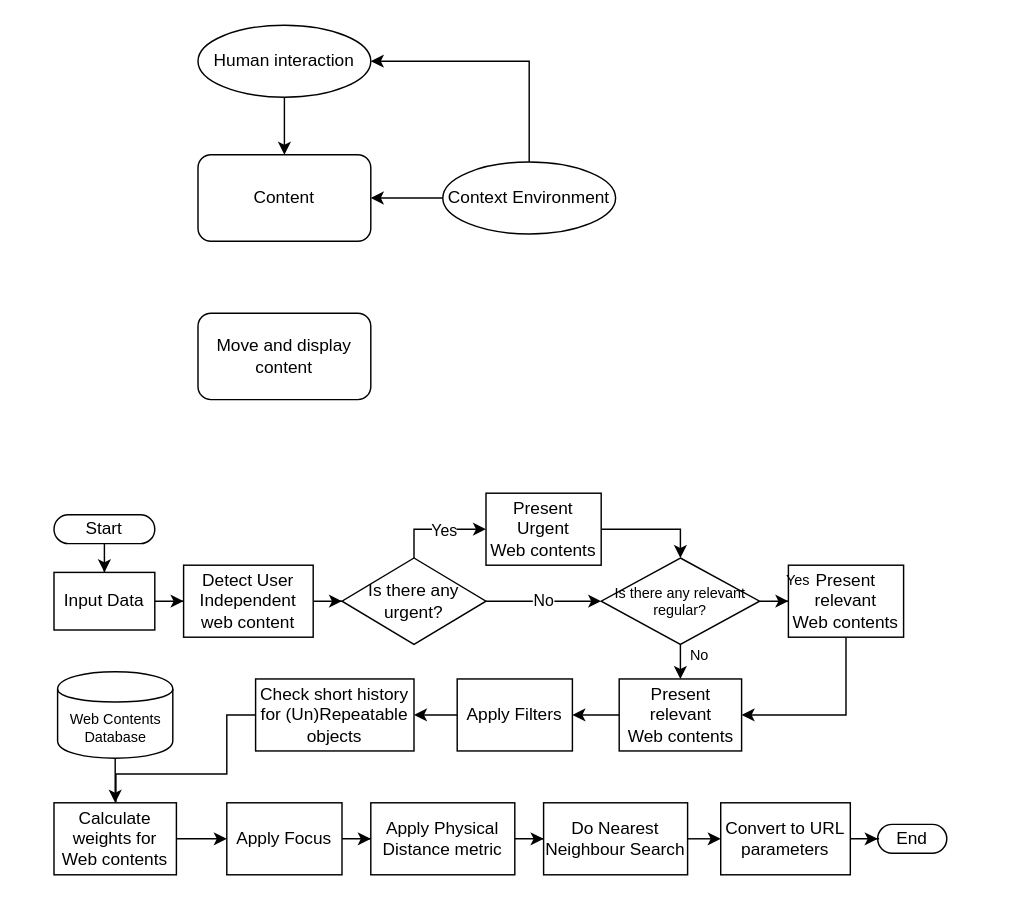
Above: interactionmodel.drawio in kitylam9/Survey-on-Intelligent-user-interface-for-AugmentedReality (draw.io), before the change. Source tidied: cells renumbered, new cells numbered last; positions are measured from the earlier drawing's top-left corner, leaving out a move shared by most shapes. Both pictures are drawn from the tidied source at 144%, with x=0, y=0 at pixel (53, 24).
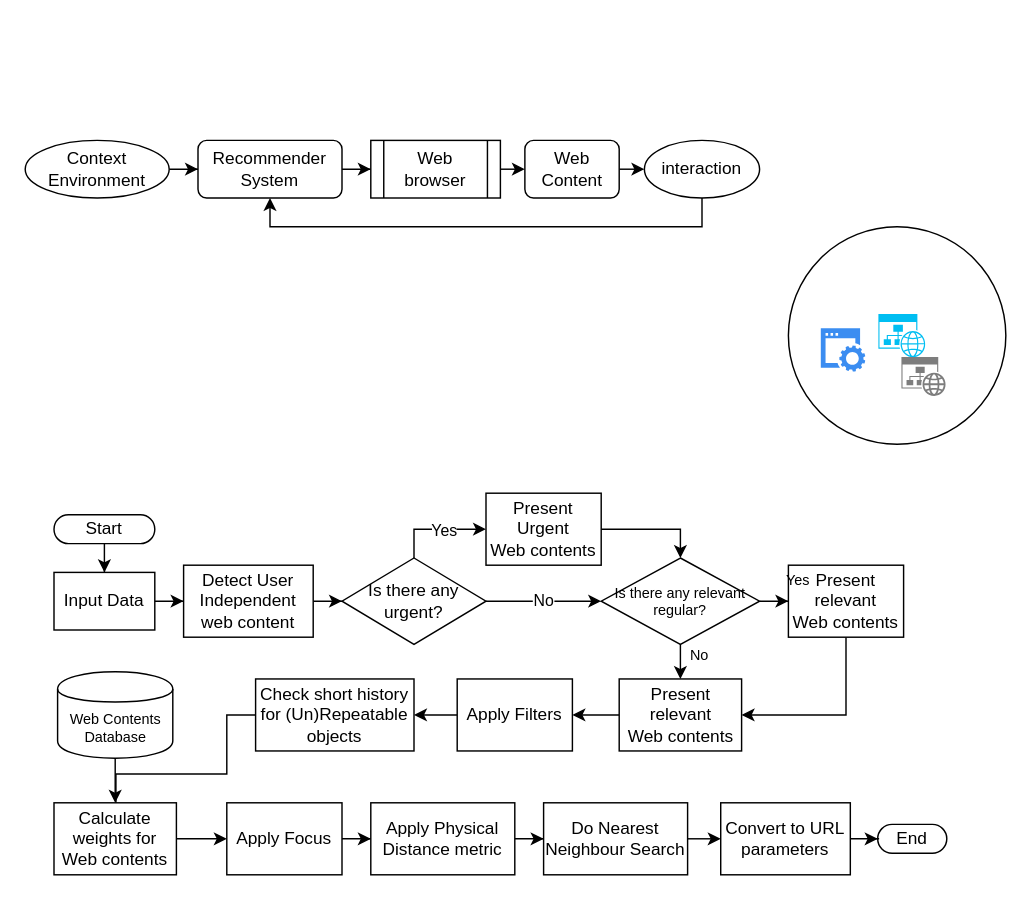
The same diagram, later.

What changed in the source:
```diff
@@
-    <mxCell id="2" style="edgeStyle=orthogonalEdgeStyle;rounded=0;jettySize=auto;html=1;" parent="1" edge="1" source="3" target="7">
-      <mxGeometry relative="1" as="geometry" />
-    </mxCell>
+    <mxCell id="47" style="ellipse;whiteSpace=wrap;html=1;" parent="1" vertex="1">
+      <mxGeometry x="510" y="140" width="151" height="151" as="geometry" />
+    </mxCell>
+    <mxCell id="48" style="edgeStyle=orthogonalEdgeStyle;rounded=0;jettySize=auto;html=1;exitX=0.5;exitY=1;exitDx=0;exitDy=0;entryX=0.5;entryY=1;entryDx=0;entryDy=0;" parent="1" edge="1" source="3" target="46">
+      <mxGeometry relative="1" as="geometry" />
+    </mxCell>
-    <mxCell id="3" value="Human interaction" style="ellipse;whiteSpace=wrap;html=1;" parent="1" vertex="1">
-      <mxGeometry x="100" width="120" height="50" as="geometry" />
+    <mxCell id="3" value="interaction" style="ellipse;whiteSpace=wrap;html=1;" parent="1" vertex="1">
+      <mxGeometry x="410" y="80" width="80" height="40" as="geometry" />
     </mxCell>
-    <mxCell id="4" style="edgeStyle=orthogonalEdgeStyle;rounded=0;jettySize=auto;html=1;entryX=1;entryY=0.5;entryDx=0;entryDy=0;" parent="1" edge="1" source="6" target="7">
-      <mxGeometry relative="1" as="geometry" />
-    </mxCell>
-    <mxCell id="5" style="edgeStyle=orthogonalEdgeStyle;rounded=0;jettySize=auto;html=1;entryX=1;entryY=0.5;entryDx=0;entryDy=0;" parent="1" edge="1" source="6" target="3">
-      <mxGeometry relative="1" as="geometry">
-        <Array as="points">
-          <mxPoint x="330" y="25" />
-        </Array>
-      </mxGeometry>
-    </mxCell>
+    <mxCell id="49" style="edgeStyle=orthogonalEdgeStyle;rounded=0;jettySize=auto;html=1;" parent="1" edge="1" source="6" target="46">
+      <mxGeometry relative="1" as="geometry" />
+    </mxCell>
     <mxCell id="6" value="Context Environment" style="ellipse;whiteSpace=wrap;html=1;" parent="1" vertex="1">
-      <mxGeometry x="270" y="95" width="120" height="50" as="geometry" />
+      <mxGeometry x="-20" y="80" width="100" height="40" as="geometry" />
     </mxCell>
+    <mxCell id="50" style="edgeStyle=orthogonalEdgeStyle;rounded=0;jettySize=auto;html=1;exitX=1;exitY=0.5;exitDx=0;exitDy=0;entryX=0;entryY=0.5;entryDx=0;entryDy=0;" parent="1" edge="1" source="7" target="3">
+      <mxGeometry relative="1" as="geometry" />
+    </mxCell>
-    <mxCell id="7" value="Content" style="rounded=1;whiteSpace=wrap;html=1;" parent="1" vertex="1">
-      <mxGeometry x="100" y="90" width="120" height="60" as="geometry" />
+    <mxCell id="7" value="Web Content" style="rounded=1;whiteSpace=wrap;html=1;" parent="1" vertex="1">
+      <mxGeometry x="327" y="80" width="65.5" height="40" as="geometry" />
     </mxCell>
@@
+    <mxCell id="51" style="edgeStyle=orthogonalEdgeStyle;rounded=0;jettySize=auto;html=1;entryX=0;entryY=0.5;entryDx=0;entryDy=0;" parent="1" edge="1" source="46" target="56">
+      <mxGeometry relative="1" as="geometry" />
+    </mxCell>
-    <mxCell id="46" value="Move and display content" style="rounded=1;whiteSpace=wrap;html=1;" parent="1" vertex="1">
-      <mxGeometry x="100" y="200" width="120" height="60" as="geometry" />
+    <mxCell id="46" value="Recommender System" style="rounded=1;whiteSpace=wrap;html=1;" parent="1" vertex="1">
+      <mxGeometry x="100" y="80" width="100" height="40" as="geometry" />
     </mxCell>
+    <mxCell id="52" style="verticalLabelPosition=bottom;html=1;verticalAlign=top;align=center;strokeColor=none;fillColor=#00BEF2;shape=mxgraph.azure.website_generic;" parent="1" vertex="1">
+      <mxGeometry x="572.5" y="200.5" width="33" height="30" as="geometry" />
+    </mxCell>
+    <mxCell id="53" style="shadow=0;dashed=0;html=1;strokeColor=none;labelPosition=center;verticalLabelPosition=bottom;verticalAlign=top;align=center;shape=mxgraph.mscae.enterprise.website_generic;fillColor=#7D7D7D;" parent="1" vertex="1">
+      <mxGeometry x="588.5" y="230.5" width="30.7" height="27" as="geometry" />
+    </mxCell>
+    <mxCell id="54" style="html=1;strokeColor=none;shadow=0;align=center;verticalAlign=top;fillColor=#3B8DF1;shape=mxgraph.gcp2.website;" parent="1" vertex="1">
+      <mxGeometry x="532.5" y="210.5" width="30.9" height="30" as="geometry" />
+    </mxCell>
+    <mxCell id="55" style="edgeStyle=orthogonalEdgeStyle;rounded=0;jettySize=auto;html=1;exitX=1;exitY=0.5;exitDx=0;exitDy=0;entryX=0;entryY=0.5;entryDx=0;entryDy=0;" parent="1" edge="1" source="56" target="7">
+      <mxGeometry relative="1" as="geometry" />
+    </mxCell>
+    <mxCell id="56" value="Web browser" style="shape=process;whiteSpace=wrap;html=1;backgroundOutline=1;" parent="1" vertex="1">
+      <mxGeometry x="220" y="80" width="90" height="40" as="geometry" />
+    </mxCell>
```
